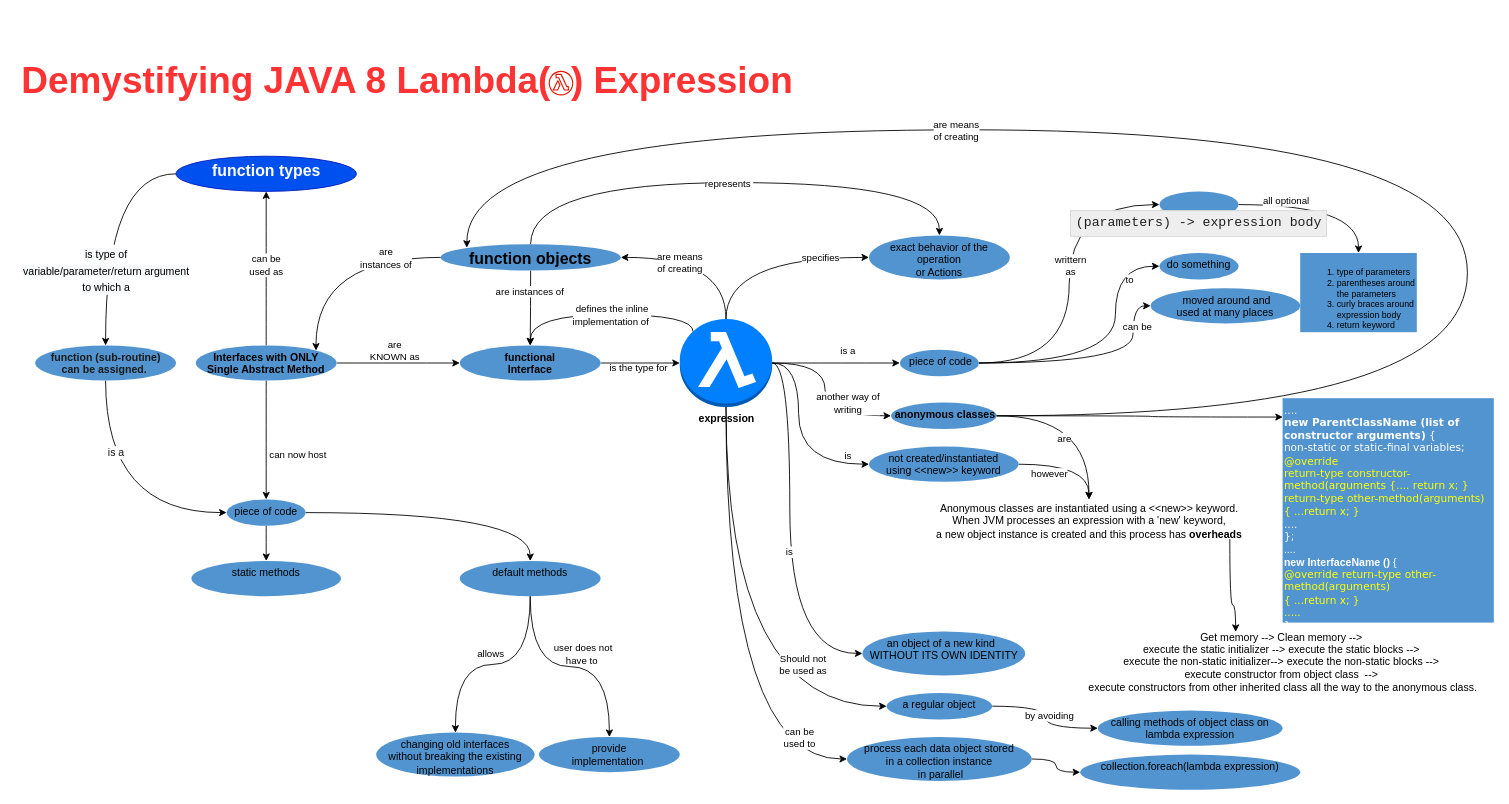
Above: page "Lambda Expressions" (1 of 6) of Java Collection Framework Data Structures.drawio in gaurjain/drawio (draw.io), before the change. Source tidied: cells renumbered, new cells numbered last; positions are measured from the earlier drawing's top-left corner, leaving out a move shared by most shapes. Both pictures are drawn from the tidied source at 88%, with x=0, y=0 at pixel (15, 68).
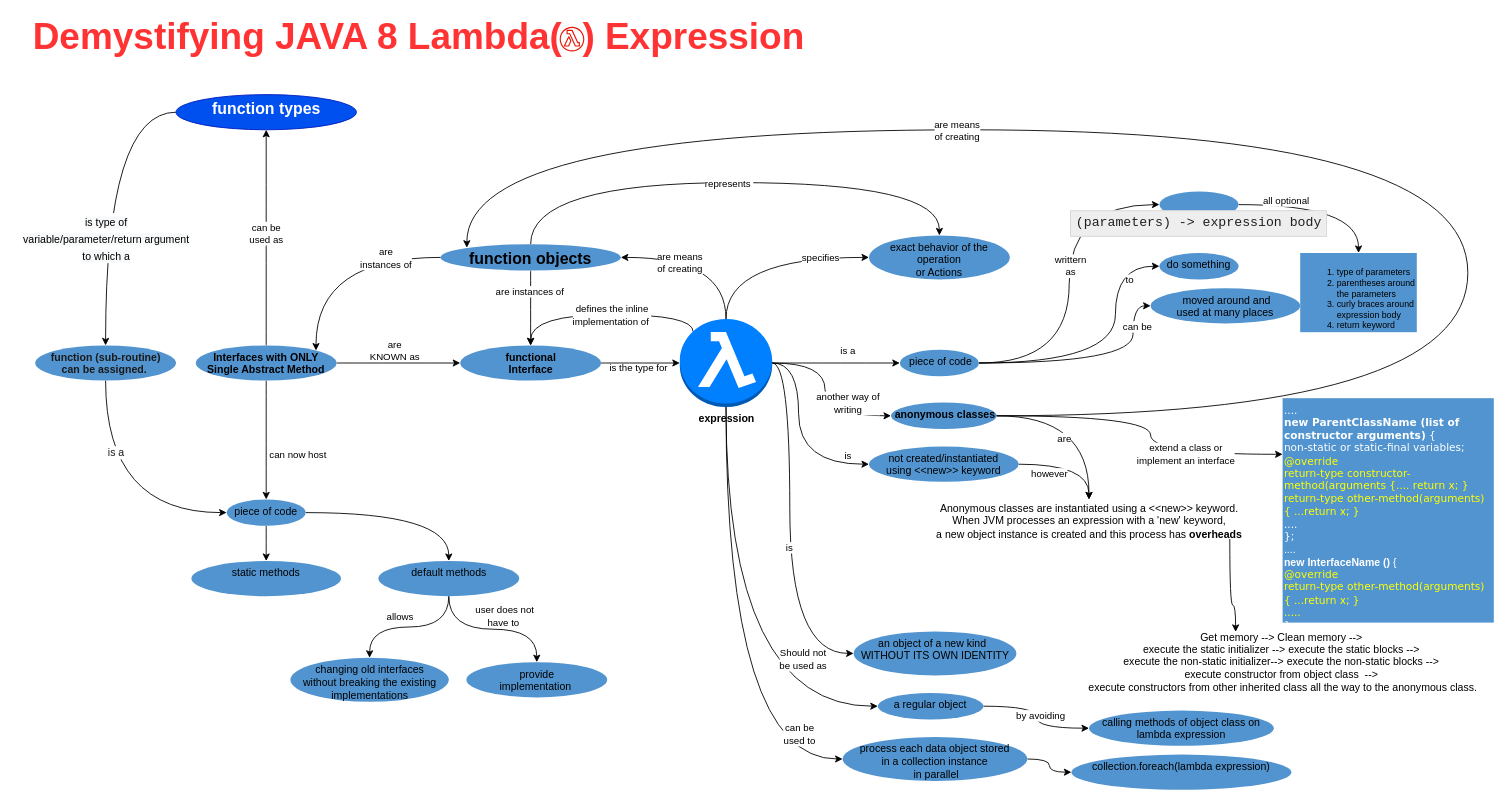
After the change.

Unchanged cells that the change refers to:
```xml
<mxCell id="30" value="&amp;nbsp;anonymous classes" style="ellipse;whiteSpace=wrap;html=1;dashed=0;verticalAlign=top;fillColor=#5294CF;strokeColor=none;fontStyle=1;" parent="1" vertex="1">
  <mxGeometry x="995" y="380" width="120" height="30" as="geometry" />
</mxCell>
```

The edit, as a diff of the source:
```diff
@@
     <mxCell id="16" value="functional &lt;br&gt;Interface" style="ellipse;whiteSpace=wrap;html=1;dashed=0;verticalAlign=top;fillColor=#5294CF;labelBackgroundColor=none;strokeColor=none;fontStyle=1;" parent="1" vertex="1">
-      <mxGeometry x="505" y="315" width="160" height="40" as="geometry" />
+      <mxGeometry x="505.5" y="315" width="160" height="40" as="geometry" />
     </mxCell>
     <mxCell id="17" value="an object of a new kind&amp;nbsp;&amp;nbsp;&lt;br&gt;WITHOUT ITS OWN IDENTITY" style="ellipse;whiteSpace=wrap;html=1;dashed=0;verticalAlign=top;fillColor=#5294CF;strokeColor=none;" parent="1" vertex="1">
-      <mxGeometry x="962.5" y="640" width="185" height="50" as="geometry" />
+      <mxGeometry x="952.5" y="640" width="185" height="50" as="geometry" />
     </mxCell>
@@
     <mxCell id="24" value="process each data object stored &lt;br&gt;in a collection instance&lt;br&gt;&amp;nbsp;in parallel" style="ellipse;whiteSpace=wrap;html=1;dashed=0;verticalAlign=top;fillColor=#5294CF;strokeColor=none;" parent="1" vertex="1">
-      <mxGeometry x="945" y="760" width="210" height="50" as="geometry" />
+      <mxGeometry x="940" y="760" width="210" height="50" as="geometry" />
     </mxCell>
@@
     <mxCell id="27" value="collection.foreach(lambda expression)" style="ellipse;whiteSpace=wrap;html=1;dashed=0;verticalAlign=top;fillColor=#5294CF;strokeColor=none;" parent="1" vertex="1">
-      <mxGeometry x="1210" y="780" width="250" height="40" as="geometry" />
+      <mxGeometry x="1200" y="780" width="250" height="40" as="geometry" />
     </mxCell>
@@
     <mxCell id="33" value="a regular object" style="ellipse;whiteSpace=wrap;html=1;dashed=0;verticalAlign=top;fillColor=#5294CF;strokeColor=none;" parent="1" vertex="1">
-      <mxGeometry x="990" y="710" width="120" height="30" as="geometry" />
+      <mxGeometry x="980" y="710" width="120" height="30" as="geometry" />
     </mxCell>
@@
     <mxCell id="36" value="calling methods of object class on lambda expression" style="ellipse;whiteSpace=wrap;html=1;dashed=0;verticalAlign=top;fillColor=#5294CF;strokeColor=none;" parent="1" vertex="1">
-      <mxGeometry x="1230" y="730" width="210" height="40" as="geometry" />
+      <mxGeometry x="1220" y="730" width="210" height="40" as="geometry" />
     </mxCell>
@@
     <mxCell id="52" value="default methods" style="ellipse;whiteSpace=wrap;html=1;dashed=0;verticalAlign=top;fillColor=#5294CF;labelBackgroundColor=none;strokeColor=none;" parent="1" vertex="1">
-      <mxGeometry x="505" y="560" width="160" height="40" as="geometry" />
+      <mxGeometry x="412.5" y="560" width="160" height="40" as="geometry" />
     </mxCell>
@@
     <mxCell id="62" value="changing old interfaces &lt;br&gt;without breaking the existing implementations" style="ellipse;whiteSpace=wrap;html=1;dashed=0;verticalAlign=top;fillColor=#5294CF;labelBackgroundColor=none;strokeColor=none;" parent="1" vertex="1">
-      <mxGeometry x="410" y="755" width="180" height="50" as="geometry" />
+      <mxGeometry x="312.5" y="670" width="180" height="50" as="geometry" />
     </mxCell>
     <mxCell id="63" value="provide &lt;br&gt;implementation&amp;nbsp;" style="ellipse;whiteSpace=wrap;html=1;dashed=0;verticalAlign=top;fillColor=#5294CF;labelBackgroundColor=none;strokeColor=none;" parent="1" vertex="1">
-      <mxGeometry x="595" y="760" width="160" height="40" as="geometry" />
+      <mxGeometry x="512.5" y="675" width="160" height="40" as="geometry" />
     </mxCell>
@@
     <mxCell id="80" value="&lt;font style=&quot;font-size: 18px&quot;&gt;function types&lt;/font&gt;" style="ellipse;whiteSpace=wrap;html=1;dashed=0;verticalAlign=top;fillColor=#0050ef;strokeColor=#001DBC;fontStyle=1;fontColor=#ffffff;" parent="1" vertex="1">
-      <mxGeometry x="182.5" y="100" width="205" height="40" as="geometry" />
+      <mxGeometry x="182.5" y="30" width="205" height="40" as="geometry" />
     </mxCell>
     <mxCell id="81" style="edgeStyle=orthogonalEdgeStyle;curved=1;rounded=0;jettySize=auto;html=1;exitX=1;exitY=0.5;exitDx=0;exitDy=0;" parent="1" edge="1" source="30">
       <mxGeometry relative="1" as="geometry">
         <mxPoint x="513" y="204" as="targetPoint" />
         <Array as="points">
-          <mxPoint x="1650" y="395" />
-          <mxPoint x="1650" y="70" />
-          <mxPoint x="513" y="70" />
+          <mxPoint x="1650.5" y="395" />
+          <mxPoint x="1650.5" y="70" />
+          <mxPoint x="513.5" y="70" />
         </Array>
       </mxGeometry>
     </mxCell>
@@
     <mxCell id="83" value="&lt;font style=&quot;font-size: 42px&quot; color=&quot;#ff3333&quot;&gt;&lt;b&gt;Demystifying JAVA 8 Lambda(&amp;nbsp; ) Expression&lt;/b&gt;&lt;/font&gt;" style="text;html=1;align=center;verticalAlign=middle;fontSize=16;" parent="1" vertex="1">
-      <mxGeometry width="890" height="30" as="geometry" />
+      <mxGeometry x="12.5" y="-50" width="890" height="30" as="geometry" />
     </mxCell>
@@
     <mxCell id="87" style="fontColor=#ffffff;fillColor=#e51400;dashed=0;verticalLabelPosition=bottom;verticalAlign=top;align=center;html=1;fontSize=12;fontStyle=0;shape=mxgraph.aws4.lambda_function;strokeColor=#B20000;" parent="1" vertex="1">
-      <mxGeometry x="606" y="3" width="28" height="28" as="geometry" />
+      <mxGeometry x="618.5" y="-47" width="28" height="28" as="geometry" />
     </mxCell>
-    <mxCell id="88" value="&lt;font style=&quot;font-size: 12px&quot;&gt;&lt;font face=&quot;Verdana&quot; style=&quot;font-size: 12px&quot;&gt;&lt;span style=&quot;font-size: 12px&quot;&gt;.... &lt;/span&gt;&lt;br&gt;&lt;b&gt;&lt;font style=&quot;font-size: 12px&quot;&gt;new ParentClassName (list of constructor arguments)&lt;/font&gt;&lt;/b&gt;&lt;span style=&quot;font-size: 12px&quot;&gt; { &lt;/span&gt;&lt;br&gt;&lt;span style=&quot;font-size: 12px&quot;&gt;non-static or static-final variables; &lt;/span&gt;&lt;br&gt;&lt;font color=&quot;#ffff00&quot; style=&quot;font-size: 12px&quot;&gt;@override&lt;br&gt;return-type&amp;nbsp;constructor-method(arguments {.... return x; } &lt;br&gt;return-type other-method(arguments)&lt;br&gt;{ ...return x; }&lt;br&gt;&lt;/font&gt;....&lt;br&gt;&lt;span style=&quot;font-size: 12px&quot;&gt;};&lt;/span&gt;&lt;br&gt;&lt;/font&gt;&lt;span style=&quot;font-size: 12px&quot;&gt;....&lt;/span&gt;&lt;br&gt;&lt;b&gt;&lt;font style=&quot;font-size: 12px&quot;&gt;new InterfaceName ()&lt;/font&gt;&lt;/b&gt;&lt;span style=&quot;font-size: 12px&quot;&gt; { &lt;br&gt;&lt;/span&gt;&lt;span style=&quot;font-size: 12px ; color: rgb(255 , 255 , 0) ; font-family: &amp;#34;verdana&amp;#34;&quot;&gt;@override return-type other-method(arguments)&amp;nbsp;&lt;/span&gt;&lt;br style=&quot;color: rgb(255 , 255 , 0) ; font-family: &amp;#34;verdana&amp;#34;&quot;&gt;&lt;span style=&quot;font-size: 12px ; color: rgb(255 , 255 , 0) ; font-family: &amp;#34;verdana&amp;#34;&quot;&gt;{ ...return x; }&lt;br&gt;.....&lt;br&gt;&lt;/span&gt;&lt;font face=&quot;Verdana&quot; style=&quot;font-size: 12px&quot;&gt;};&lt;/font&gt;&lt;/font&gt;&lt;span style=&quot;font-size: 10px&quot;&gt;&lt;br&gt;&lt;/span&gt;" style="whiteSpace=wrap;html=1;dashed=0;verticalAlign=top;align=left;rounded=0;fontColor=#ffffff;strokeColor=none;fillColor=#5294CF;" parent="1" vertex="1">
+    <mxCell id="88" value="&lt;font style=&quot;font-size: 12px&quot;&gt;&lt;font face=&quot;Verdana&quot; style=&quot;font-size: 12px&quot;&gt;&lt;span style=&quot;font-size: 12px&quot;&gt;.... &lt;/span&gt;&lt;br&gt;&lt;b&gt;&lt;font style=&quot;font-size: 12px&quot;&gt;new ParentClassName (list of constructor arguments)&lt;/font&gt;&lt;/b&gt;&lt;span style=&quot;font-size: 12px&quot;&gt; { &lt;/span&gt;&lt;br&gt;&lt;span style=&quot;font-size: 12px&quot;&gt;non-static or static-final variables; &lt;/span&gt;&lt;br&gt;&lt;font color=&quot;#ffff00&quot; style=&quot;font-size: 12px&quot;&gt;@override&lt;br&gt;return-type&amp;nbsp;constructor-method(arguments {.... return x; } &lt;br&gt;return-type other-method(arguments)&lt;br&gt;{ ...return x; }&lt;br&gt;&lt;/font&gt;....&lt;br&gt;&lt;span style=&quot;font-size: 12px&quot;&gt;};&lt;/span&gt;&lt;br&gt;&lt;/font&gt;&lt;span style=&quot;font-size: 12px&quot;&gt;....&lt;/span&gt;&lt;br&gt;&lt;b&gt;&lt;font style=&quot;font-size: 12px&quot;&gt;new InterfaceName ()&lt;/font&gt;&lt;/b&gt;&lt;span style=&quot;font-size: 12px&quot;&gt; { &lt;br&gt;&lt;/span&gt;&lt;span style=&quot;font-size: 12px ; color: rgb(255 , 255 , 0) ; font-family: &amp;#34;verdana&amp;#34;&quot;&gt;@override &lt;br&gt;return-type other-method(arguments)&amp;nbsp;&lt;/span&gt;&lt;br style=&quot;color: rgb(255 , 255 , 0) ; font-family: &amp;#34;verdana&amp;#34;&quot;&gt;&lt;span style=&quot;font-size: 12px ; color: rgb(255 , 255 , 0) ; font-family: &amp;#34;verdana&amp;#34;&quot;&gt;{ ...return x; }&lt;br&gt;.....&lt;br&gt;&lt;/span&gt;&lt;font face=&quot;Verdana&quot; style=&quot;font-size: 12px&quot;&gt;};&lt;/font&gt;&lt;/font&gt;&lt;span style=&quot;font-size: 10px&quot;&gt;&lt;br&gt;&lt;/span&gt;" style="whiteSpace=wrap;html=1;dashed=0;verticalAlign=top;align=left;rounded=0;fontColor=#ffffff;strokeColor=none;fillColor=#5294CF;" parent="1" vertex="1">
       <mxGeometry x="1440" y="375" width="240" height="255" as="geometry" />
     </mxCell>
-    <mxCell id="89" style="edgeStyle=orthogonalEdgeStyle;curved=1;rounded=0;jettySize=auto;html=1;exitX=1;exitY=0.5;exitDx=0;exitDy=0;entryX=0.001;entryY=0.084;entryDx=0;entryDy=0;entryPerimeter=0;" parent="1" edge="1" source="30" target="88">
+    <mxCell id="89" style="edgeStyle=orthogonalEdgeStyle;curved=1;rounded=0;jettySize=auto;html=1;exitX=1;exitY=0.5;exitDx=0;exitDy=0;entryX=0;entryY=0.25;entryDx=0;entryDy=0;" parent="1" edge="1" source="30" target="88">
       <mxGeometry relative="1" as="geometry">
         <Array as="points">
           <mxPoint x="1290" y="395" />
-          <mxPoint x="1290" y="396" />
+          <mxPoint x="1290" y="439" />
         </Array>
       </mxGeometry>
     </mxCell>
+    <mxCell id="90" value="extend a class or &lt;br&gt;implement an interface" style="edgeLabel;html=1;align=center;verticalAlign=middle;" parent="89" vertex="1">
+      <mxGeometry x="0.4" relative="1" as="geometry" />
+    </mxCell>
```
